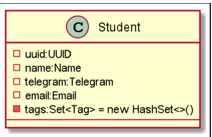
ypinhsuan/tp keeps this PlantUML diagram as docs/images/StudentUUID.png. Above is the earlier version. Its source is kept beside it as docs/diagrams/StudentUUID.puml.
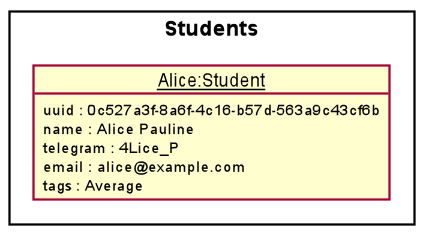
Later version of the same file.

Change to the diagram source:
```diff
@@ -1,10 +1,18 @@
 @startuml
-Class Student {
-    - uuid:UUID
-    - name:Name
-    - telegram:Telegram
-    - email:Email
-    - tags:Set<Tag> = new HashSet<>()
----
+!include style.puml
+skinparam ClassFontColor #000000
+skinparam ClassBorderColor #000000
+
+
+show object fields
+package Students <<rectangle>> {
+    object "<u>Alice:Student" as Student {
+        uuid : 0c527a3f-8a6f-4c16-b57d-563a9c43cf6b
+        name : Alice Pauline
+        telegram : 4Lice_P
+        email : alice@example.com
+        tags : Average
+    }
 }
+
 @enduml
```
